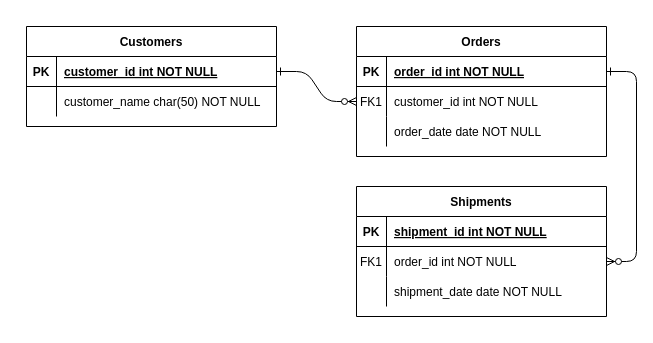
Before: er-diagram.drawio in MightyMoin/p1-fullstack-webBrainsMedia, a draw.io diagram. Source tidied: cells renumbered, new cells numbered last; positions are measured from the earlier drawing's top-left corner, leaving out a move shared by most shapes. Both pictures are drawn from the tidied source at 100%, with x=0, y=0 at pixel (26, 26).
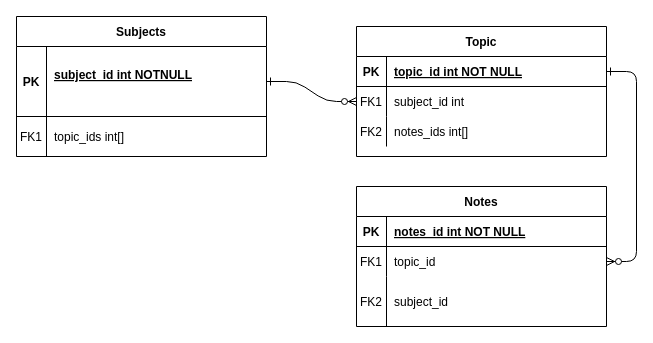
Above is the later version.

The change refers to these unchanged cells:
```xml
<mxCell id="5" style="shape=partialRectangle;fillColor=none;points=[[0,0.5],[1,0.5]];portConstraint=eastwest;top=0;left=0;right=0;bottom=1;" parent="4" vertex="1">
  <mxGeometry y="30" width="250" height="30" as="geometry" />
</mxCell>
<mxCell id="8" style="shape=partialRectangle;fillColor=none;points=[[0,0.5],[1,0.5]];portConstraint=eastwest;top=0;left=0;right=0;bottom=0;" parent="4" vertex="1">
  <mxGeometry y="60" width="250" height="30" as="geometry" />
</mxCell>
<mxCell id="11" style="shape=partialRectangle;fillColor=none;top=0;left=0;right=0;bottom=0;" parent="4" vertex="1">
  <mxGeometry y="90" width="250" height="30" as="geometry" />
</mxCell>
<mxCell id="15" style="shape=partialRectangle;fillColor=none;top=0;left=0;right=0;bottom=1;" parent="14" vertex="1">
  <mxGeometry y="30" width="250" height="30" as="geometry" />
</mxCell>
<mxCell id="18" style="shape=partialRectangle;fillColor=none;points=[[0,0.5],[1,0.5]];portConstraint=eastwest;top=0;left=0;right=0;bottom=0;" parent="14" vertex="1">
  <mxGeometry y="60" width="250" height="30" as="geometry" />
</mxCell>
```

Diff of the diagram source:
```diff
@@
-    <mxCell id="4" value="Orders" style="shape=table;startSize=30;childLayout=tableLayout;rowLines=0;fontStyle=1;align=center;" parent="1" vertex="1">
+    <mxCell id="4" value="Topic" style="shape=table;startSize=30;childLayout=tableLayout;rowLines=0;fontStyle=1;align=center;" parent="1" vertex="1">
       <mxGeometry x="330" width="250" height="130" as="geometry" />
     </mxCell>
@@
-    <mxCell id="7" value="order_id int NOT NULL " style="shape=partialRectangle;overflow=hidden;fillColor=none;top=0;left=0;bottom=0;right=0;align=left;spacingLeft=6;fontStyle=5;" parent="5" vertex="1">
+    <mxCell id="7" value="topic_id int NOT NULL " style="shape=partialRectangle;overflow=hidden;fillColor=none;top=0;left=0;bottom=0;right=0;align=left;spacingLeft=6;fontStyle=5;" parent="5" vertex="1">
       <mxGeometry x="30" width="220" height="30" as="geometry" />
     </mxCell>
@@
-    <mxCell id="10" value="customer_id int NOT NULL" style="shape=partialRectangle;overflow=hidden;fillColor=none;top=0;left=0;bottom=0;right=0;align=left;spacingLeft=6;" parent="8" vertex="1">
+    <mxCell id="10" value="subject_id int" style="shape=partialRectangle;overflow=hidden;fillColor=none;top=0;left=0;bottom=0;right=0;align=left;spacingLeft=6;" parent="8" vertex="1">
       <mxGeometry x="30" width="220" height="30" as="geometry" />
     </mxCell>
@@
-    <mxCell id="12" style="shape=partialRectangle;overflow=hidden;fillColor=none;top=0;left=0;bottom=0;right=0;" parent="11" vertex="1">
+    <mxCell id="12" value="FK2" style="shape=partialRectangle;overflow=hidden;fillColor=none;top=0;left=0;bottom=0;right=0;" parent="11" vertex="1">
       <mxGeometry width="30" height="30" as="geometry" />
     </mxCell>
-    <mxCell id="13" value="order_date date NOT NULL" style="shape=partialRectangle;overflow=hidden;fillColor=none;top=0;left=0;bottom=0;right=0;align=left;spacingLeft=6;" parent="11" vertex="1">
+    <mxCell id="13" value="notes_ids int[]" style="shape=partialRectangle;overflow=hidden;fillColor=none;top=0;left=0;bottom=0;right=0;align=left;spacingLeft=6;" parent="11" vertex="1">
       <mxGeometry x="30" width="220" height="30" as="geometry" />
     </mxCell>
-    <mxCell id="14" value="Shipments" style="shape=table;startSize=30;childLayout=tableLayout;rowLines=0;fontStyle=1;align=center;" parent="1" vertex="1">
-      <mxGeometry x="330" y="160" width="250" height="130" as="geometry" />
+    <mxCell id="14" value="Notes" style="shape=table;startSize=30;childLayout=tableLayout;rowLines=0;fontStyle=1;align=center;" parent="1" vertex="1">
+      <mxGeometry x="330" y="160" width="250" height="140" as="geometry" />
     </mxCell>
@@
-    <mxCell id="17" value="shipment_id int NOT NULL " style="shape=partialRectangle;overflow=hidden;fillColor=none;top=0;left=0;bottom=0;right=0;align=left;spacingLeft=6;fontStyle=5;" parent="15" vertex="1">
+    <mxCell id="17" value="notes_id int NOT NULL " style="shape=partialRectangle;overflow=hidden;fillColor=none;top=0;left=0;bottom=0;right=0;align=left;spacingLeft=6;fontStyle=5;" parent="15" vertex="1">
       <mxGeometry x="30" width="220" height="30" as="geometry" />
     </mxCell>
@@
-    <mxCell id="20" value="order_id int NOT NULL" style="shape=partialRectangle;overflow=hidden;fillColor=none;top=0;left=0;bottom=0;right=0;align=left;spacingLeft=6;" parent="18" vertex="1">
+    <mxCell id="20" value="topic_id " style="shape=partialRectangle;overflow=hidden;fillColor=none;top=0;left=0;bottom=0;right=0;align=left;spacingLeft=6;" parent="18" vertex="1">
       <mxGeometry x="30" width="220" height="30" as="geometry" />
     </mxCell>
     <mxCell id="21" style="shape=partialRectangle;fillColor=none;top=0;left=0;right=0;bottom=0;" parent="14" vertex="1">
-      <mxGeometry y="90" width="250" height="30" as="geometry" />
+      <mxGeometry y="90" width="250" height="50" as="geometry" />
     </mxCell>
-    <mxCell id="22" style="shape=partialRectangle;overflow=hidden;fillColor=none;top=0;left=0;bottom=0;right=0;" parent="21" vertex="1">
-      <mxGeometry width="30" height="30" as="geometry" />
+    <mxCell id="22" value="FK2" style="shape=partialRectangle;overflow=hidden;fillColor=none;top=0;left=0;bottom=0;right=0;labelBorderColor=none;" parent="21" vertex="1">
+      <mxGeometry width="30" height="50" as="geometry" />
     </mxCell>
-    <mxCell id="23" value="shipment_date date NOT NULL" style="shape=partialRectangle;overflow=hidden;fillColor=none;top=0;left=0;bottom=0;right=0;align=left;spacingLeft=6;" parent="21" vertex="1">
-      <mxGeometry x="30" width="220" height="30" as="geometry" />
+    <mxCell id="23" value="subject_id" style="shape=partialRectangle;overflow=hidden;fillColor=none;top=0;left=0;bottom=0;right=0;align=left;spacingLeft=6;" parent="21" vertex="1">
+      <mxGeometry x="30" width="220" height="50" as="geometry" />
     </mxCell>
-    <mxCell id="24" value="Customers" style="shape=table;startSize=30;childLayout=tableLayout;rowLines=0;fontStyle=1;align=center;" parent="1" vertex="1">
-      <mxGeometry width="250" height="100" as="geometry" />
+    <mxCell id="24" value="Subjects" style="shape=table;startSize=30;childLayout=tableLayout;rowLines=0;fontStyle=1;align=center;" parent="1" vertex="1">
+      <mxGeometry x="-10" y="-10" width="250" height="140" as="geometry" />
     </mxCell>
     <mxCell id="25" style="shape=partialRectangle;fillColor=none;points=[[0,0.5],[1,0.5]];portConstraint=eastwest;top=0;left=0;right=0;bottom=1;" parent="24" vertex="1">
-      <mxGeometry y="30" width="250" height="30" as="geometry" />
+      <mxGeometry y="30" width="250" height="70" as="geometry" />
     </mxCell>
     <mxCell id="26" value="PK" style="shape=partialRectangle;overflow=hidden;fillColor=none;top=0;left=0;bottom=0;right=0;fontStyle=1;" parent="25" vertex="1">
-      <mxGeometry width="30" height="30" as="geometry" />
+      <mxGeometry width="30" height="70" as="geometry" />
     </mxCell>
-    <mxCell id="27" value="customer_id int NOT NULL " style="shape=partialRectangle;overflow=hidden;fillColor=none;top=0;left=0;bottom=0;right=0;align=left;spacingLeft=6;fontStyle=5;" parent="25" vertex="1">
-      <mxGeometry x="30" width="220" height="30" as="geometry" />
+    <mxCell id="27" value="subject_id int NOTNULL&#10;" style="shape=partialRectangle;overflow=hidden;fillColor=none;top=0;left=0;bottom=0;right=0;align=left;spacingLeft=6;fontStyle=5;" parent="25" vertex="1">
+      <mxGeometry x="30" width="220" height="70" as="geometry" />
     </mxCell>
     <mxCell id="28" style="shape=partialRectangle;fillColor=none;top=0;left=0;right=0;bottom=0;" parent="24" vertex="1">
-      <mxGeometry y="60" width="250" height="30" as="geometry" />
+      <mxGeometry y="100" width="250" height="40" as="geometry" />
     </mxCell>
-    <mxCell id="29" style="shape=partialRectangle;overflow=hidden;fillColor=none;top=0;left=0;bottom=0;right=0;" parent="28" vertex="1">
-      <mxGeometry width="30" height="30" as="geometry" />
+    <mxCell id="29" value="FK1" style="shape=partialRectangle;overflow=hidden;fillColor=none;top=0;left=0;bottom=0;right=0;" parent="28" vertex="1">
+      <mxGeometry width="30" height="40" as="geometry" />
     </mxCell>
-    <mxCell id="30" value="customer_name char(50) NOT NULL" style="shape=partialRectangle;overflow=hidden;fillColor=none;top=0;left=0;bottom=0;right=0;align=left;spacingLeft=6;" parent="28" vertex="1">
-      <mxGeometry x="30" width="220" height="30" as="geometry" />
+    <mxCell id="30" value="topic_ids int[]" style="shape=partialRectangle;overflow=hidden;fillColor=none;top=0;left=0;bottom=0;right=0;align=left;spacingLeft=6;" parent="28" vertex="1">
+      <mxGeometry x="30" width="220" height="40" as="geometry" />
     </mxCell>
```
